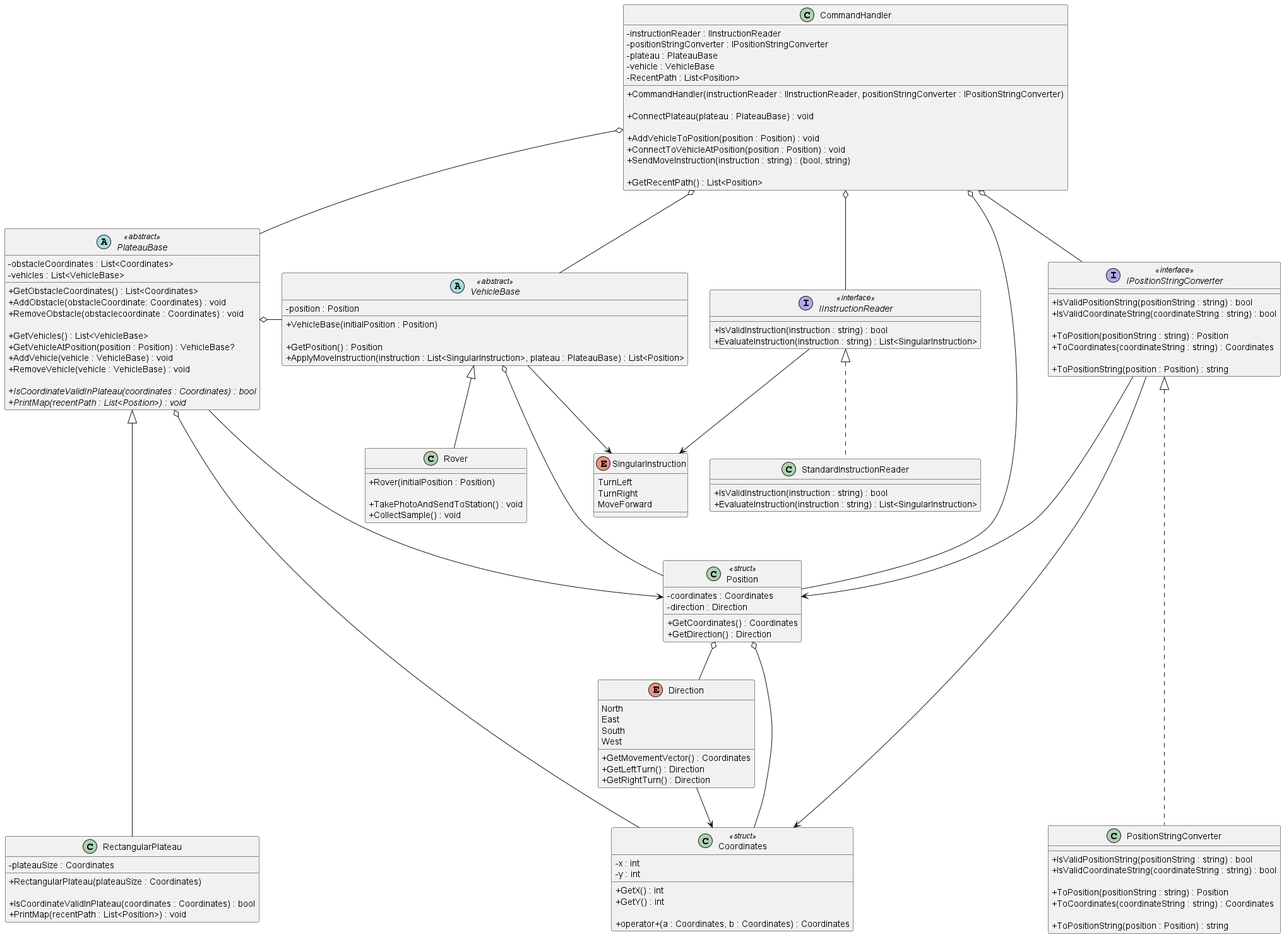
This is diagrams/Mars Rover Challenge.png from iamfranco/MarsRoverChallenge, a PlantUML export, as it was before one commit.
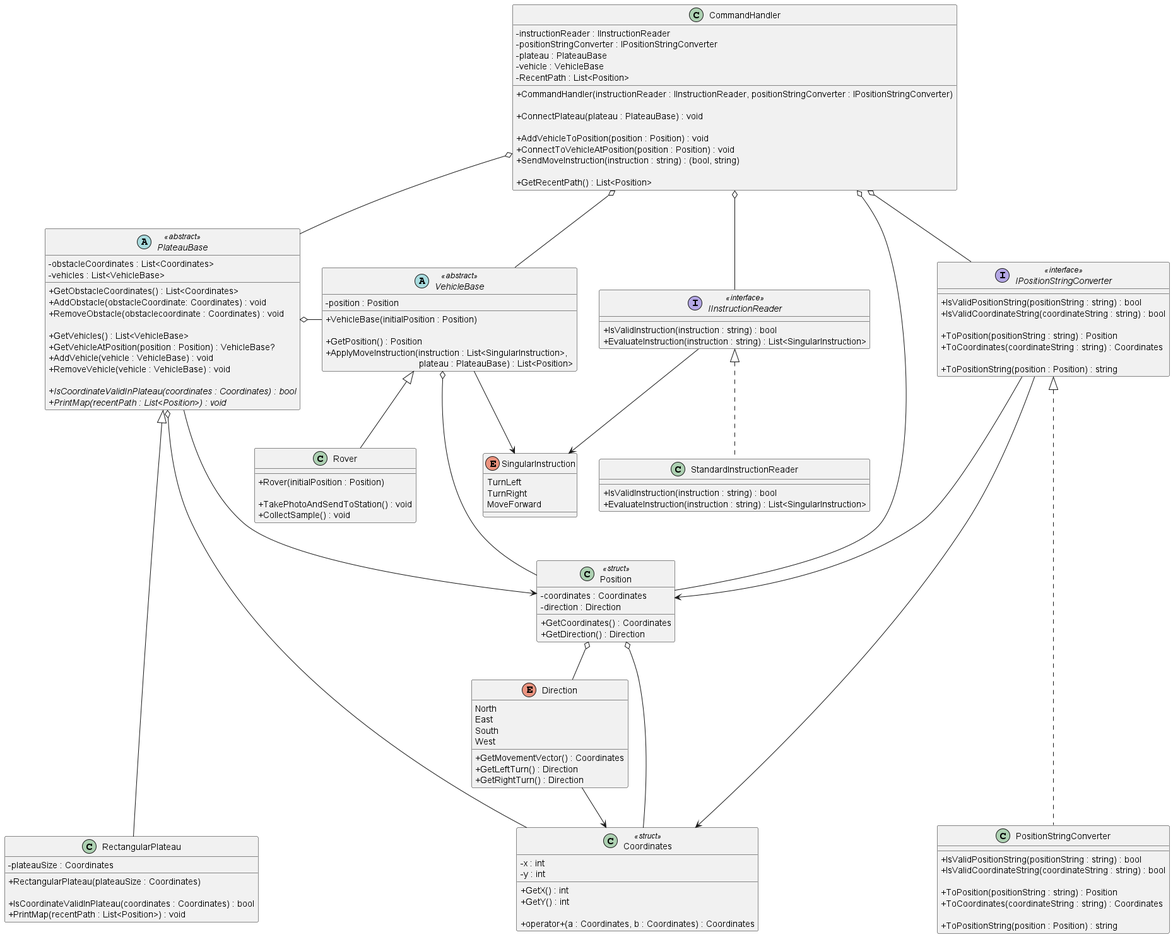
After the change.

Commit message:
UML: use line break on method arguments for better formatting

Diff of the diagram source:
```diff
@@ -136,7 +136,7 @@
   + VehicleBase(initialPosition : Position)
 
   + GetPosition() : Position
-  + ApplyMoveInstruction(instruction : List<SingularInstruction>, plateau : PlateauBase) : List<Position>
+  + ApplyMoveInstruction(instruction : List<SingularInstruction>, \n                                     plateau : PlateauBase) : List<Position>
 }
 
 CommandHandler o-- IInstructionReader
```
